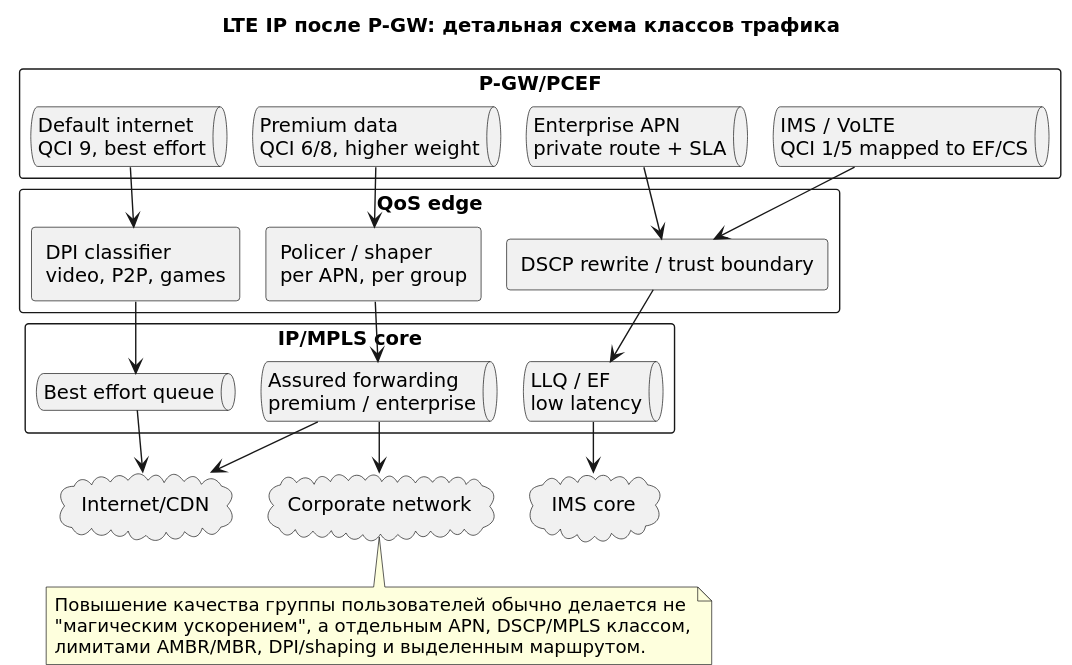
This is docs/mobile-network-qos/diagrams/rendered/lte-ip-private.svg from jvbistrue-art/Analitics, a PlantUML export, as it was before one commit. Source of this version:
```plantuml
@startuml
!pragma layout smetana
skinparam componentStyle rectangle
skinparam shadowing false
skinparam defaultFontName DejaVu Sans
title LTE IP после P-GW: детальная схема классов трафика

rectangle "P-GW/PCEF" as PGW {
  queue "IMS / VoLTE\nQCI 1/5 mapped to EF/CS" as IMS
  queue "Premium data\nQCI 6/8, higher weight" as PREM
  queue "Default internet\nQCI 9, best effort" as BE
  queue "Enterprise APN\nprivate route + SLA" as CORP
}
rectangle "QoS edge" as EDGE {
  rectangle "DSCP rewrite / trust boundary" as DSCP
  rectangle "Policer / shaper\nper APN, per group" as SHP
  rectangle "DPI classifier\nvideo, P2P, games" as DPI
}
rectangle "IP/MPLS core" as CORE {
  queue "LLQ / EF\nlow latency" as LLQ
  queue "Assured forwarding\npremium / enterprise" as AF
  queue "Best effort queue" as BEQ
}
cloud "IMS core" as IMSCORE
cloud "Internet/CDN" as INTERNET
cloud "Corporate network" as VPN

IMS --> DSCP
DSCP --> LLQ
LLQ --> IMSCORE
PREM --> SHP
SHP --> AF
AF --> INTERNET
BE --> DPI
DPI --> BEQ
BEQ --> INTERNET
CORP --> DSCP
AF --> VPN

note bottom
Повышение качества группы пользователей обычно делается не
"магическим ускорением", а отдельным APN, DSCP/MPLS классом,
лимитами AMBR/MBR, DPI/shaping и выделенным маршрутом.
end note
@enduml
```
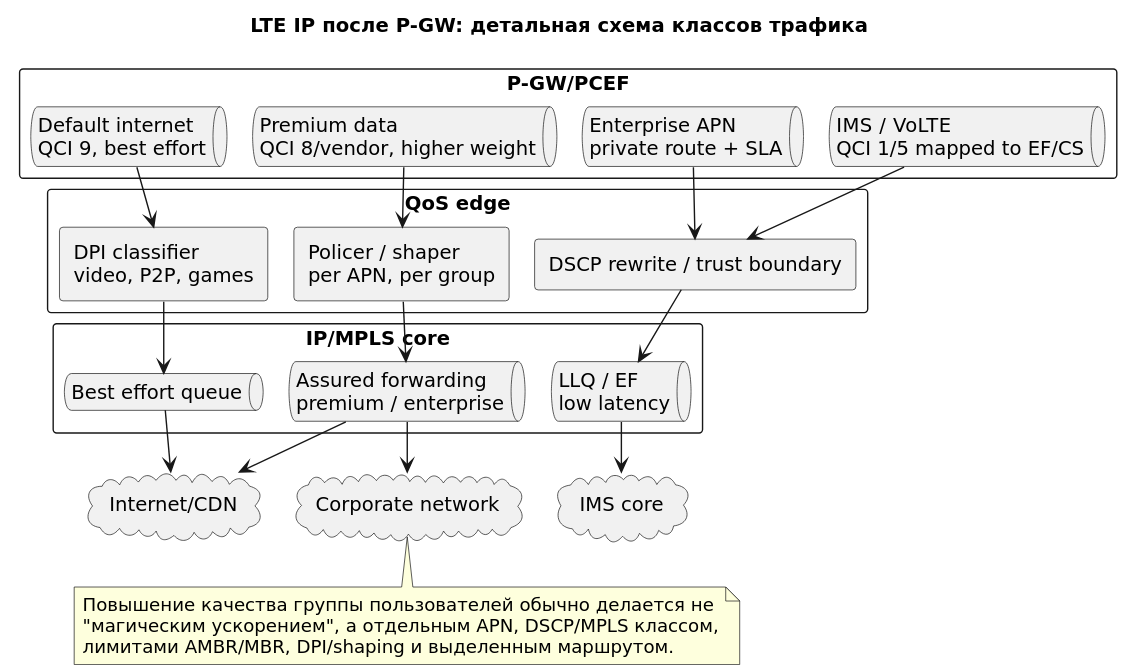
Above is the later version.

Diff of the diagram source:
```diff
@@ -7,7 +7,7 @@
 
 rectangle "P-GW/PCEF" as PGW {
   queue "IMS / VoLTE\nQCI 1/5 mapped to EF/CS" as IMS
-  queue "Premium data\nQCI 6/8, higher weight" as PREM
+  queue "Premium data\nQCI 8/vendor, higher weight" as PREM
   queue "Default internet\nQCI 9, best effort" as BE
   queue "Enterprise APN\nprivate route + SLA" as CORP
 }
```
